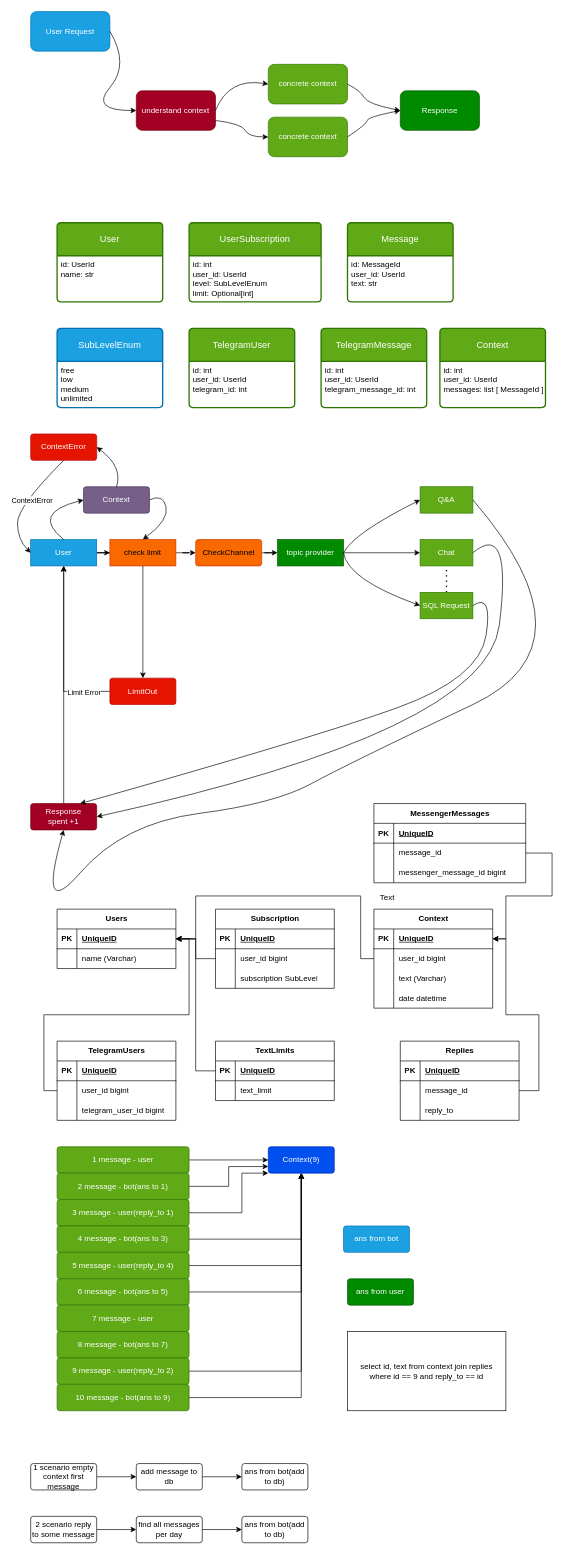
Above: page "Страница 1" (1 of 3) of ChatGpt.drawio in KmvRoman/Diagrams (draw.io), before the change. Source tidied: cells renumbered, new cells numbered last; positions are measured from the earlier drawing's top-left corner, leaving out a move shared by most shapes. Both pictures are drawn from the tidied source at 66%, with x=0, y=0 at pixel (17, 11).
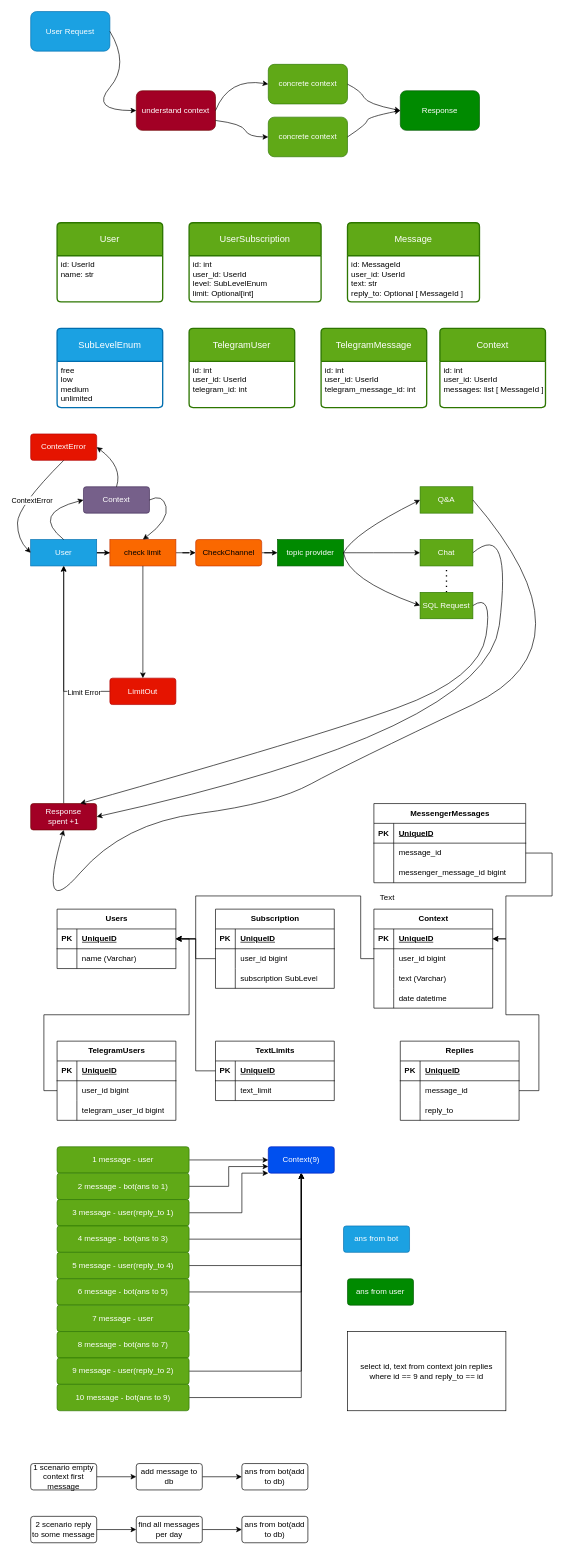
The same diagram, later.

The edit, as a diff of the source:
```diff
@@
     <mxCell id="161" value="Message" style="swimlane;horizontal=1;startSize=50;rounded=1;fontSize=14;fontStyle=0;strokeWidth=2;shadow=0;dashed=0;align=center;arcSize=4;whiteSpace=wrap;html=1;fillColor=#60a917;fontColor=#ffffff;strokeColor=#2D7600;" parent="1" vertex="1">
-      <mxGeometry x="500" y="320" width="160" height="120" as="geometry" />
+      <mxGeometry x="500" y="320" width="200" height="120" as="geometry" />
     </mxCell>
-    <mxCell id="162" value="id: MessageId&lt;br&gt;user_id: UserId&lt;br&gt;text: str" style="align=left;strokeColor=none;fillColor=none;spacingLeft=4;fontSize=12;verticalAlign=top;html=1;" parent="161" vertex="1">
-      <mxGeometry y="50" width="160" height="70" as="geometry" />
+    <mxCell id="162" value="id: MessageId&lt;br&gt;user_id: UserId&lt;br&gt;text: str&lt;br&gt;reply_to: Optional [ MessageId ]" style="align=left;strokeColor=none;fillColor=none;spacingLeft=4;fontSize=12;verticalAlign=top;html=1;" parent="161" vertex="1">
+      <mxGeometry y="50" width="200" height="70" as="geometry" />
     </mxCell>
```
